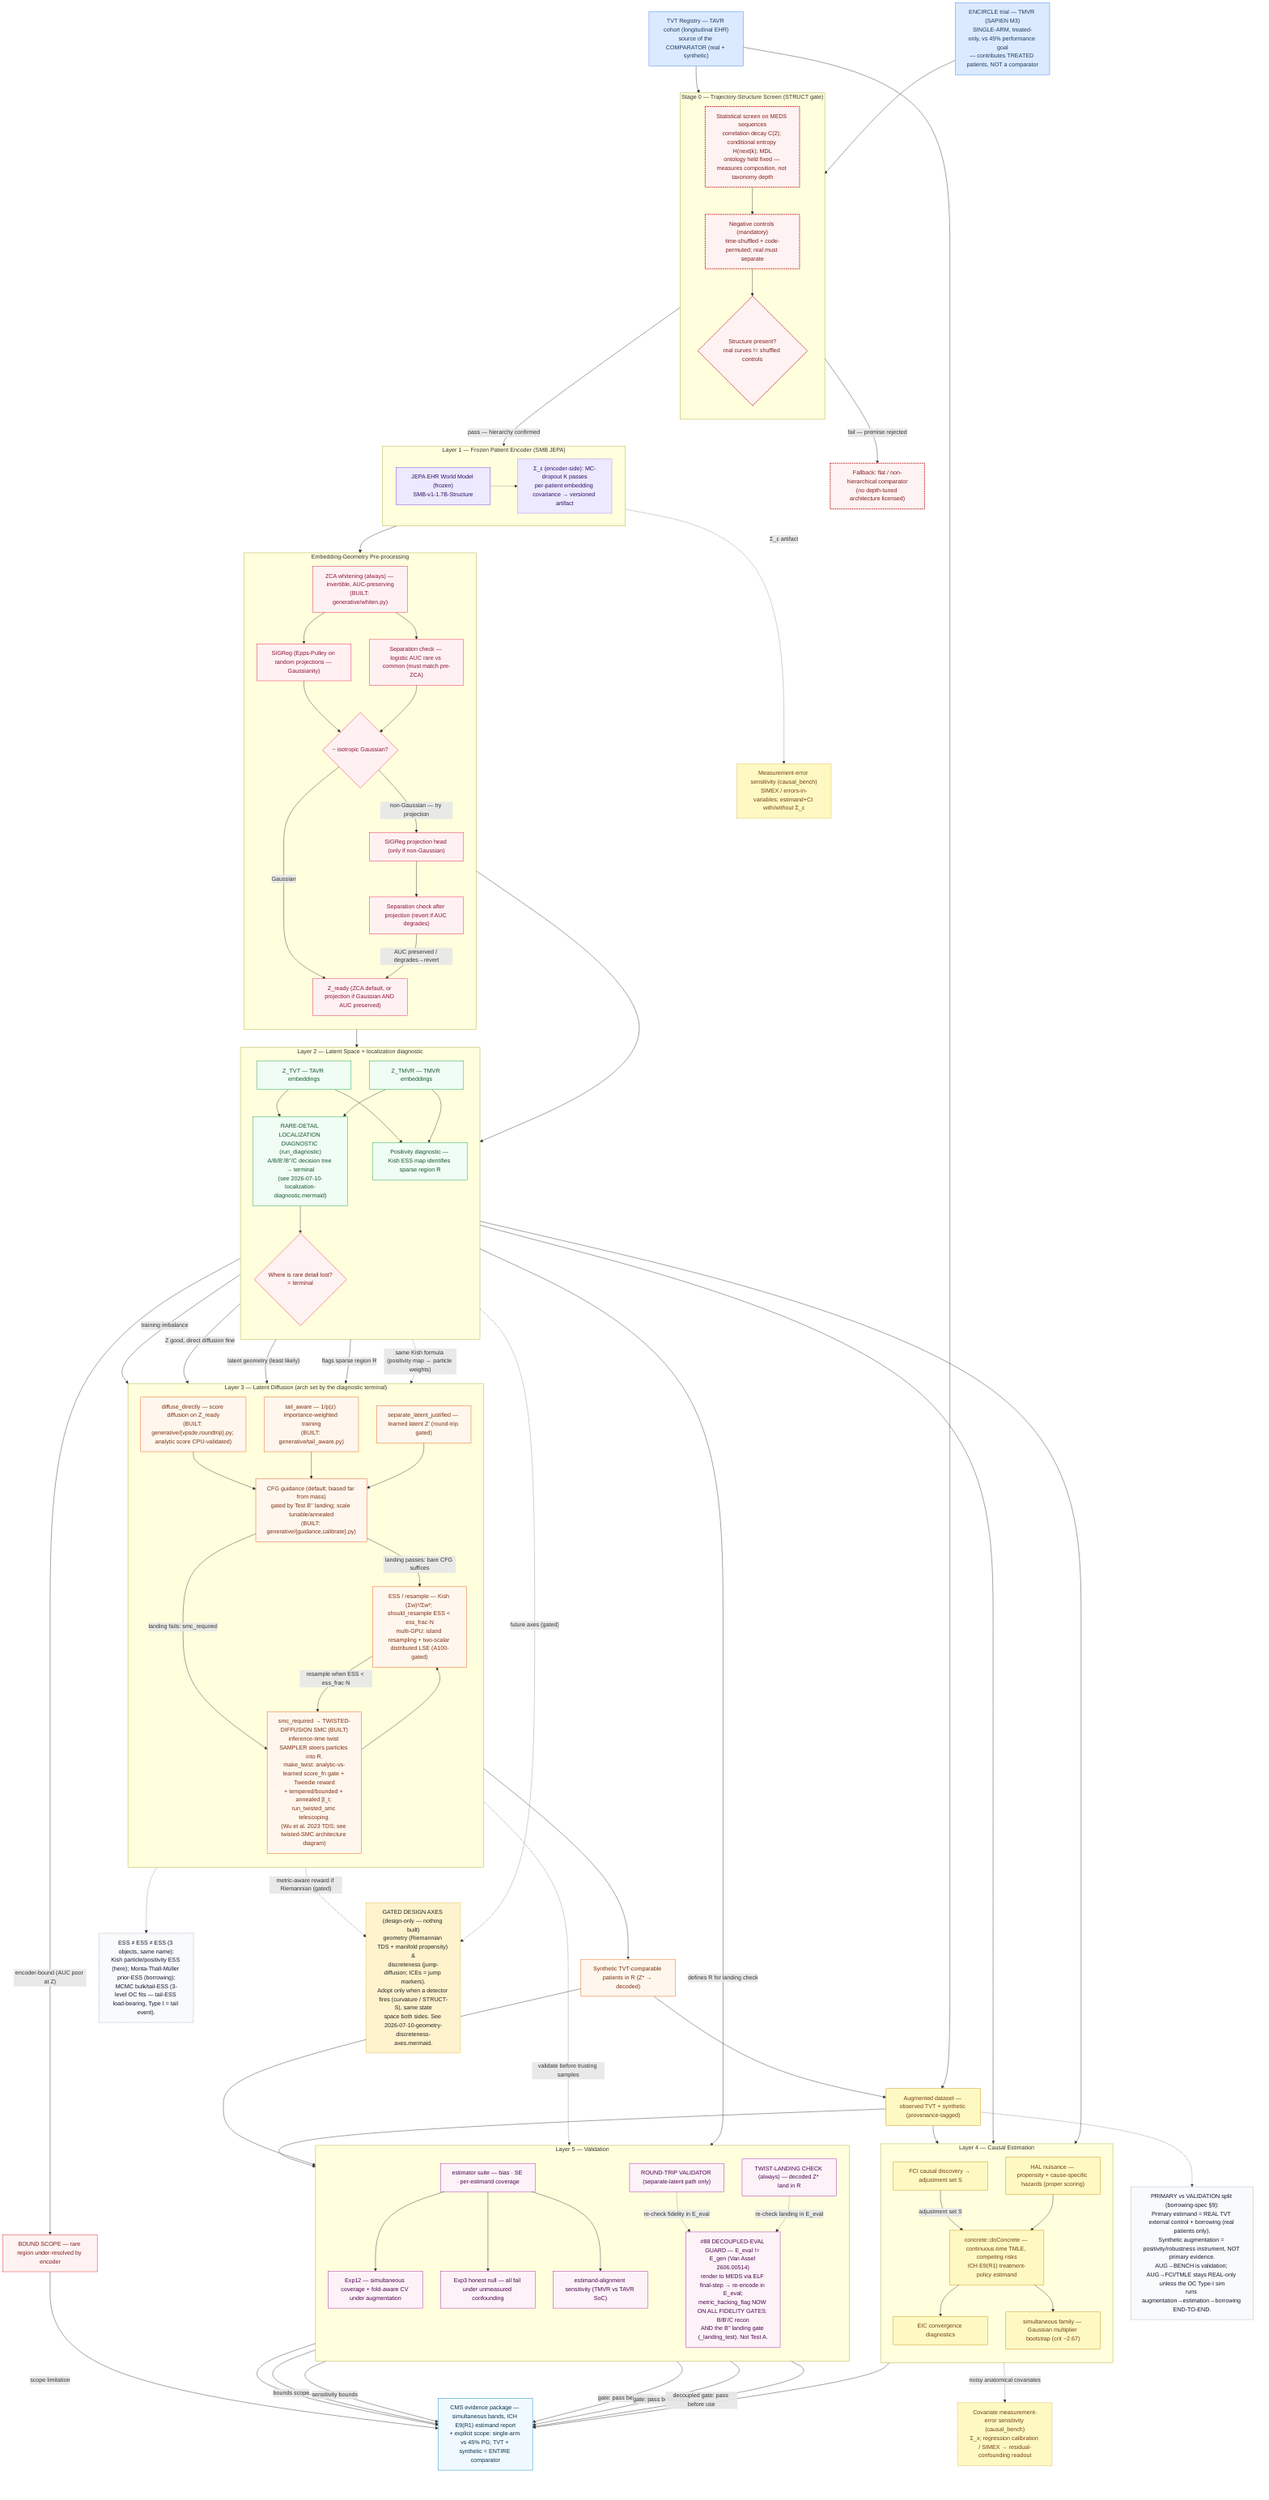
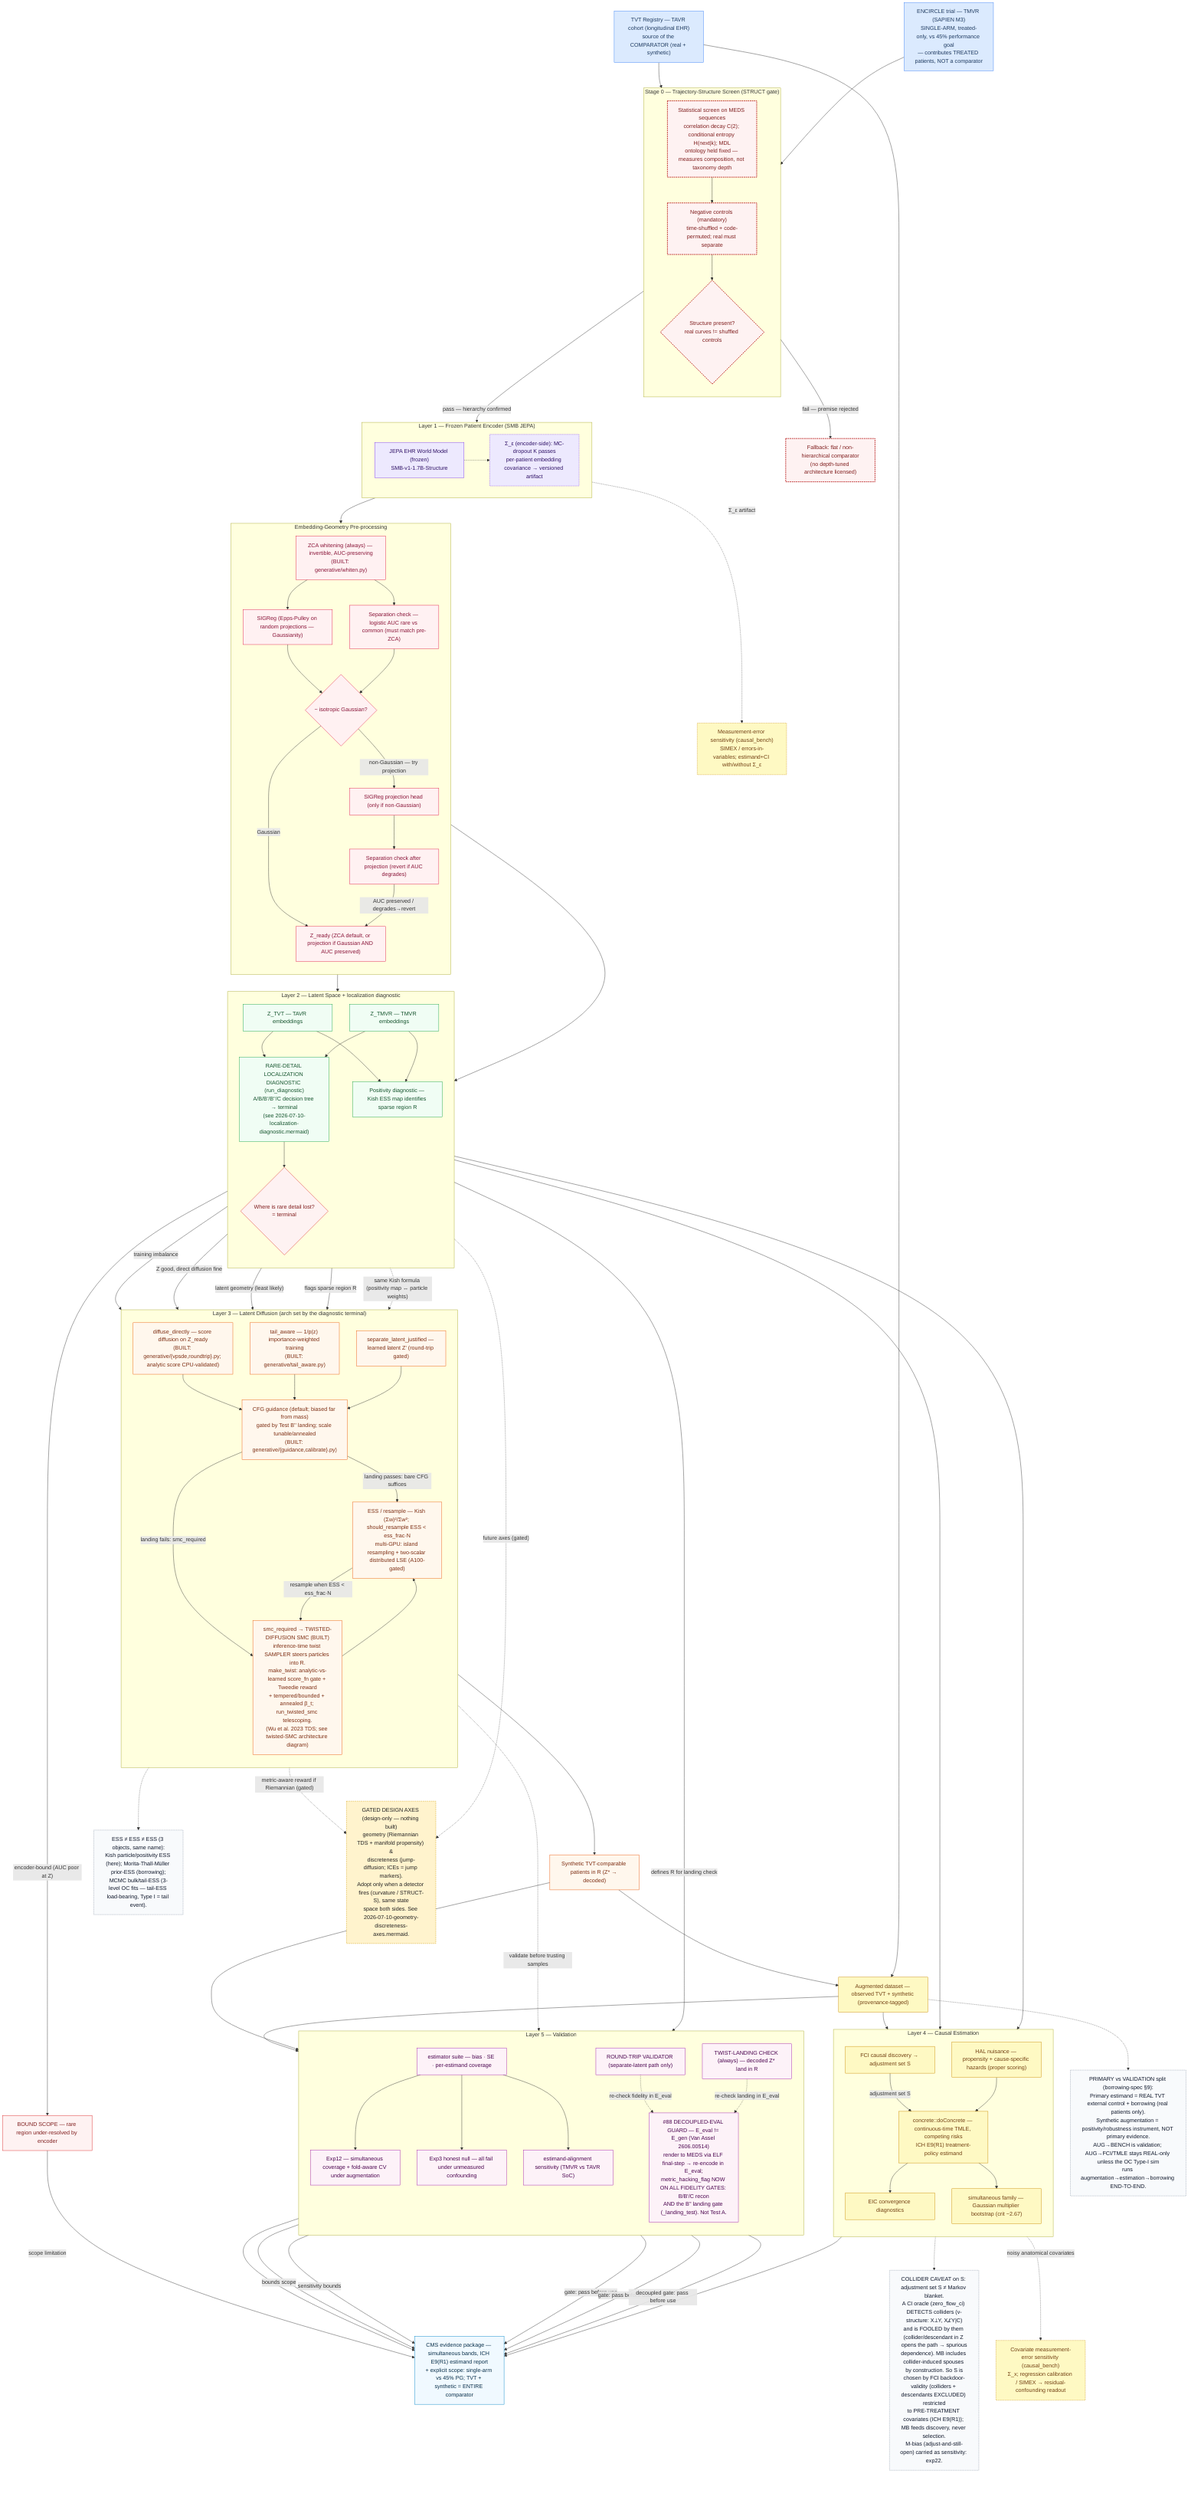
%% ENCIRCLE synthetic-control-arm (SCA) architecture — in-repo refresh of the
%% ~/Downloads/encircle_sca_architecture.mermaid. Structure preserved; the parts
%% touched by this session's build are updated: the TWIST node now reflects the
%% BUILT twisted-SMC (make_twist / run_twisted_smc / annealed β_t / distributed LSE —
%% see 2026-07-10-twisted-smc-architecture.mermaid) with the two unverifiable
%% citations removed; the #88 guard is complete across ALL fidelity gates; the
%% generative core is marked built. Gated design axes are a DASHED design-only
%% pointer (see 2026-07-10-geometry-discreteness-axes.mermaid), not integrated.
flowchart TD
    %% DESIGN FACT: ENCIRCLE is single-arm vs a 45% performance goal. TVT registry
    %% + synthetic augmentation is the ENTIRE comparator. No real patient-level OMT
    %% control arm exists anywhere in this pipeline.
    TVT["TVT Registry — TAVR cohort (longitudinal EHR)\nsource of the COMPARATOR (real + synthetic)"]
    ENCIRCLE["ENCIRCLE trial — TMVR (SAPIEN M3)\nSINGLE-ARM, treated-only, vs 45% performance goal\n— contributes TREATED patients, NOT a comparator"]

    subgraph STRUCT["Stage 0 — Trajectory-Structure Screen (STRUCT gate)"]
        direction TB
        SSCAN["Statistical screen on MEDS sequences\ncorrelation decay C(2); conditional entropy H(next|k); MDL\nontology held fixed — measures composition, not taxonomy depth"]
        SCTRL["Negative controls (mandatory)\ntime-shuffled + code-permuted; real must separate"]
        SGATE{"Structure present?\nreal curves != shuffled controls"}
        SSCAN --> SCTRL --> SGATE
    end
    SFALL["Fallback: flat / non-hierarchical comparator\n(no depth-tuned architecture licensed)"]

    subgraph ENC["Layer 1 — Frozen Patient Encoder (SMB JEPA)"]
        direction LR
        JEPA["JEPA EHR World Model (frozen)\nSMB-v1-1.7B-Structure"]
        SIGEPS["Σ_ε (encoder-side): MC-dropout K passes\nper-patient embedding covariance → versioned artifact"]
    end

    subgraph SIGREG["Embedding-Geometry Pre-processing"]
        direction TB
        ZCA["ZCA whitening (always) — invertible, AUC-preserving\n(BUILT: generative/whiten.py)"]
        EP["SIGReg (Epps-Pulley on random projections — Gaussianity)"]
        SEP1["Separation check — logistic AUC rare vs common (must match pre-ZCA)"]
        GCHECK{"~ isotropic Gaussian?"}
        SPROJ["SIGReg projection head (only if non-Gaussian)"]
        SEP2["Separation check after projection (revert if AUC degrades)"]
        LSPACE["Z_ready (ZCA default, or projection if Gaussian AND AUC preserved)"]
        ZCA --> EP
        ZCA --> SEP1
        EP --> GCHECK
        SEP1 --> GCHECK
        GCHECK -->|"Gaussian"| LSPACE
        GCHECK -->|"non-Gaussian — try projection"| SPROJ
        SPROJ --> SEP2
        SEP2 -->|"AUC preserved / degrades→revert"| LSPACE
    end

    subgraph LATENT["Layer 2 — Latent Space + localization diagnostic"]
        direction TB
        Z_TVT["Z_TVT — TAVR embeddings"]
        Z_TMVR["Z_TMVR — TMVR embeddings"]
        POS["Positivity diagnostic — Kish ESS map identifies sparse region R"]
        LOC["RARE-DETAIL LOCALIZATION DIAGNOSTIC (run_diagnostic)\nA/B/B'/B''/C decision tree → terminal\n(see 2026-07-10-localization-diagnostic.mermaid)"]
        LOCGATE{"Where is rare detail lost?\n= terminal"}
        Z_TVT --> LOC
        Z_TMVR --> LOC
        LOC --> LOCGATE
    end

    subgraph GEN["Layer 3 — Latent Diffusion (arch set by the diagnostic terminal)"]
        direction TB
        DIFF_Z["diffuse_directly — score diffusion on Z_ready\n(BUILT: generative/{vpsde,roundtrip}.py; analytic score CPU-validated)"]
        DIFF_TAIL["tail_aware — 1/p(z) importance-weighted training\n(BUILT: generative/tail_aware.py)"]
        DIFF_LAT["separate_latent_justified — learned latent Z' (round-trip gated)"]
        CFG["CFG guidance (default; biased far from mass)\ngated by Test B'' landing; scale tunable/annealed\n(BUILT: generative/{guidance,calibrate}.py)"]
        TWIST["smc_required → TWISTED-DIFFUSION SMC (BUILT)\ninference-time twist SAMPLER steers particles into R.\nmake_twist: analytic-vs-learned score_fn gate + Tweedie reward\n+ tempered/bounded + annealed β_t; run_twisted_smc telescoping.\n(Wu et al. 2023 TDS; see twisted-SMC architecture diagram)"]
        ESS_SMC["ESS / resample — Kish (Σw)²/Σw²; should_resample ESS < ess_frac·N\nmulti-GPU: island resampling + two-scalar distributed LSE (A100-gated)"]
        DIFF_Z --> CFG
        DIFF_TAIL --> CFG
        DIFF_LAT --> CFG
        CFG -->|"landing passes: bare CFG suffices"| ESS_SMC
        CFG -->|"landing fails: smc_required"| TWIST
        TWIST --> ESS_SMC
        ESS_SMC -->|"resample when ESS < ess_frac·N"| TWIST
    end

    LOCGATE -->|"encoder-bound (AUC poor at Z)"| SCOPE["BOUND SCOPE — rare region under-resolved by encoder"]
    LOCGATE -->|"training imbalance"| DIFF_TAIL
    LOCGATE -->|"Z good, direct diffusion fine"| DIFF_Z
    LOCGATE -->|"latent geometry (least likely)"| DIFF_LAT

    SYNTH["Synthetic TVT-comparable patients in R (Z* → decoded)"]
    AUG["Augmented dataset — observed TVT + synthetic (provenance-tagged)"]
    ESS_SMC --> SYNTH
    SYNTH --> AUG

    AUGNOTE["PRIMARY vs VALIDATION split (borrowing-spec §9):\nPrimary estimand = REAL TVT external control + borrowing (real patients only).\nSynthetic augmentation = positivity/robustness instrument, NOT primary evidence.\nAUG→BENCH is validation; AUG→FCI/TMLE stays REAL-only unless the OC Type-I sim\nruns augmentation→estimation→borrowing END-TO-END."]
    AUG -.-> AUGNOTE

    subgraph EST["Layer 4 — Causal Estimation"]
        direction TB
        FCI["FCI causal discovery → adjustment set S"]
        TMLE["concrete::doConcrete — continuous-time TMLE, competing risks\nICH E9(R1) treatment-policy estimand"]
        HAL["HAL nuisance — propensity + cause-specific hazards (proper scoring)"]
        EIC["EIC convergence diagnostics"]
        SIM["simultaneous family — Gaussian multiplier bootstrap (crit ~2.67)"]
    end

    subgraph VAL["Layer 5 — Validation"]
        direction TB
        BENCH["estimator suite — bias · SE · per-estimand coverage"]
        SIMCOV["Exp12 — simultaneous coverage + fold-aware CV under augmentation"]
        NULL["Exp3 honest null — all fail under unmeasured confounding"]
        RIPPIN["estimand-alignment sensitivity (TMVR vs TAVR SoC)"]
        RTRIP["ROUND-TRIP VALIDATOR (separate-latent path only)"]
        LAND["TWIST-LANDING CHECK (always) — decoded Z* land in R"]
        EVAL_ENC["#88 DECOUPLED-EVAL GUARD — E_eval != E_gen (Van Assel 2606.00514)\nrender to MEDS via ELF final-step → re-encode in E_eval;\nmetric_hacking_flag NOW ON ALL FIDELITY GATES: B/B'/C recon\nAND the B'' landing gate (_landing_test). Not Test A."]
    end

    OUT["CMS evidence package — simultaneous bands, ICH E9(R1) estimand report\n+ explicit scope: single-arm vs 45% PG; TVT + synthetic = ENTIRE comparator"]

    %% Data flow
    TVT --> SSCAN
    ENCIRCLE --> SSCAN
    SGATE -->|"pass — hierarchy confirmed"| JEPA
    SGATE -->|"fail — premise rejected"| SFALL
    JEPA --> ZCA
    LSPACE --> Z_TVT
    LSPACE --> Z_TMVR
    Z_TVT --> POS
    Z_TMVR --> POS
    POS -->|"flags sparse region R"| TWIST
    POS -->|"defines R for landing check"| LAND
    TVT --> AUG
    AUG --> FCI
    Z_TVT --> HAL
    Z_TMVR --> HAL
    FCI -->|"adjustment set S"| TMLE
    HAL --> TMLE
    TMLE --> EIC
    TMLE --> SIM
    AUG --> BENCH
    BENCH --> SIMCOV
    BENCH --> NULL
    BENCH --> RIPPIN
    DIFF_LAT -.->|"validate before trusting samples"| RTRIP
    SYNTH --> LAND
    SIM --> OUT
    SIMCOV --> OUT
    NULL -->|"bounds scope"| OUT
    RIPPIN -->|"sensitivity bounds"| OUT
    RTRIP -.->|"re-check fidelity in E_eval"| EVAL_ENC
    LAND -.->|"re-check landing in E_eval"| EVAL_ENC
    RTRIP -->|"gate: pass before use"| OUT
    LAND -->|"gate: pass before use"| OUT
    EVAL_ENC -->|"decoupled gate: pass before use"| OUT
    SCOPE -->|"scope limitation"| OUT

    %% ESS disambiguation
    POS -. "same Kish formula (positivity map ↔ particle weights)" .-> ESS_SMC
    ESSNOTE["ESS ≠ ESS ≠ ESS (3 objects, same name):\nKish particle/positivity ESS (here); Morita-Thall-Müller prior-ESS (borrowing);\nMCMC bulk/tail-ESS (3-level OC fits — tail-ESS load-bearing, Type I = tail event)."]
    ESS_SMC -.-> ESSNOTE

+     %% Adjustment-set collider caveat (zero_flow_ci / Markov-blanket)
+     SNOTE["COLLIDER CAVEAT on S: adjustment set S ≠ Markov blanket.\nA CI oracle (zero_flow_ci) DETECTS colliders (v-structure: X⟂Y, X⟂̸Y|C)\nand is FOOLED by them (collider/descendant in Z opens the path → spurious\ndependence). MB includes collider-induced spouses by construction. So S is\nchosen by FCI backdoor-validity (colliders + descendants EXCLUDED) restricted\nto PRE-TREATMENT covariates (ICH E9(R1)); MB feeds discovery, never selection.\nM-bias (adjust-and-still-open) carried as sensitivity: exp22."]
+     FCI -.-> SNOTE
+ 
    %% Measurement-error hand-offs (encoder repo → causal_bench)
    JEPA -.-> SIGEPS
    SIGEPS -.->|"Σ_ε artifact"| MESENS["Measurement-error sensitivity (causal_bench)\nSIMEX / errors-in-variables; estimand+CI with/without Σ_ε"]
    HAL -.->|"noisy anatomical covariates"| COVME["Covariate measurement-error sensitivity (causal_bench)\nΣ_x; regression calibration / SIMEX → residual-confounding readout"]

    %% GATED design axes — design-only pointer, NOT built, NOT on the primary path
    AXES["GATED DESIGN AXES (design-only — nothing built)\ngeometry (Riemannian TDS + manifold propensity) &\ndiscreteness (jump-diffusion; ICEs = jump markers).\nAdopt only when a detector fires (curvature / STRUCT-S), same state\nspace both sides. See 2026-07-10-geometry-discreteness-axes.mermaid."]
    LOC -.->|"future axes (gated)"| AXES
    TWIST -.->|"metric-aware reward if Riemannian (gated)"| AXES

    %% Styling
    classDef data fill:#dbeafe,stroke:#3b82f6,color:#1e3a5f
    classDef encoder fill:#ede9fe,stroke:#7c3aed,color:#2e1065
    classDef sigreg fill:#fff1f2,stroke:#e11d48,color:#881337
    classDef structgate fill:#fef2f2,stroke:#b91c1c,color:#7f1d1d,stroke-width:2px,stroke-dasharray: 4 2
    classDef latent fill:#f0fdf4,stroke:#16a34a,color:#14532d
    classDef generative fill:#fff7ed,stroke:#ea580c,color:#7c2d12
    classDef estimation fill:#fef9c3,stroke:#ca8a04,color:#713f12
    classDef validation fill:#fdf2f8,stroke:#a21caf,color:#4a044e
    classDef output fill:#f0f9ff,stroke:#0284c7,color:#082f49
    classDef gate fill:#fef2f2,stroke:#dc2626,color:#7f1d1d
    classDef encoderrepo fill:#ede9fe,stroke:#7c3aed,color:#2e1065,stroke-dasharray: 3 2
    classDef causalrepo fill:#fef9c3,stroke:#ca8a04,color:#713f12,stroke-dasharray: 3 2
    classDef annotation fill:#f8fafc,stroke:#64748b,color:#0f172a,stroke-dasharray: 2 2
    classDef gated fill:#fff3cd,stroke:#d39e00,color:#222,stroke-dasharray: 4 2

    class TVT,ENCIRCLE data
    class SSCAN,SCTRL,SGATE,SFALL structgate
    class JEPA encoder
    class EP,GCHECK,SPROJ,LSPACE,ZCA,SEP1,SEP2 sigreg
    class Z_TVT,Z_TMVR,POS,LOC latent
    class DIFF_Z,DIFF_TAIL,DIFF_LAT,CFG,TWIST,ESS_SMC,SYNTH generative
    class FCI,TMLE,HAL,EIC,SIM,AUG estimation
    class BENCH,SIMCOV,NULL,RIPPIN,RTRIP,LAND,EVAL_ENC validation
    class OUT output
    class LOCGATE,SCOPE gate
    class SIGEPS encoderrepo
    class MESENS,COVME causalrepo
-     class ESSNOTE,AUGNOTE annotation
+     class ESSNOTE,AUGNOTE,SNOTE annotation
    class AXES gated
